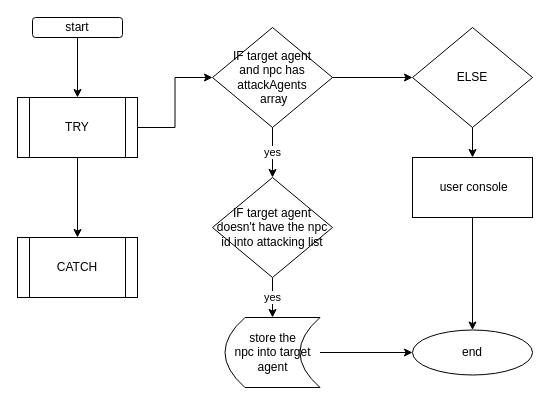
sivagit/diagrams keeps this draw.io diagram as vehicle/addAttackingAgentId.drawio. Above is the earlier version. Source tidied: cells renumbered, new cells numbered last; positions are measured from the earlier drawing's top-left corner, leaving out a move shared by most shapes. Both pictures are drawn from the tidied source at 100%, with x=0, y=0 at pixel (17, 17).
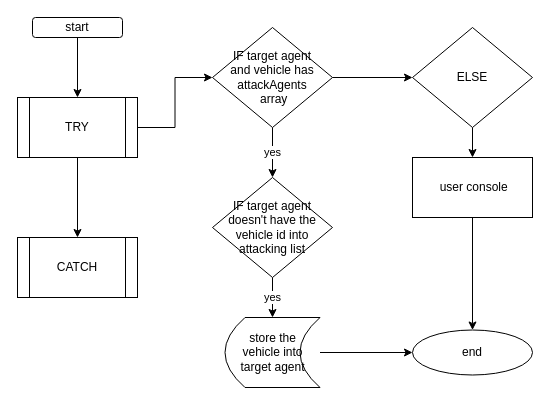
The same page after the edit.

Diff of the diagram source:
```diff
@@
 <mxGraphModel>
   <root>
     <mxCell id="0" />
     <mxCell id="1" parent="0" />
     <mxCell id="2" style="edgeStyle=orthogonalEdgeStyle;rounded=0;jettySize=auto;html=1;" parent="1" edge="1" source="3" target="6">
       <mxGeometry relative="1" as="geometry" />
     </mxCell>
     <mxCell id="3" value="start" style="rounded=1;whiteSpace=wrap;html=1;" parent="1" vertex="1">
       <mxGeometry x="15" width="90" height="20" as="geometry" />
     </mxCell>
     <mxCell id="4" style="edgeStyle=orthogonalEdgeStyle;rounded=0;jettySize=auto;html=1;" parent="1" edge="1" source="6" target="7">
       <mxGeometry relative="1" as="geometry" />
     </mxCell>
     <mxCell id="5" style="edgeStyle=orthogonalEdgeStyle;rounded=0;jettySize=auto;html=1;" parent="1" edge="1" source="6" target="10">
       <mxGeometry relative="1" as="geometry" />
     </mxCell>
     <mxCell id="6" value="TRY" style="shape=process;whiteSpace=wrap;html=1;backgroundOutline=1;" parent="1" vertex="1">
       <mxGeometry y="80" width="120" height="60" as="geometry" />
     </mxCell>
     <mxCell id="7" value="CATCH" style="shape=process;whiteSpace=wrap;html=1;backgroundOutline=1;" parent="1" vertex="1">
       <mxGeometry y="220" width="120" height="60" as="geometry" />
     </mxCell>
     <mxCell id="8" value="yes" style="edgeStyle=orthogonalEdgeStyle;rounded=0;jettySize=auto;html=1;" parent="1" edge="1" source="10" target="12">
       <mxGeometry relative="1" as="geometry" />
     </mxCell>
     <mxCell id="9" style="edgeStyle=orthogonalEdgeStyle;rounded=0;jettySize=auto;html=1;" parent="1" edge="1" source="10" target="16">
       <mxGeometry relative="1" as="geometry" />
     </mxCell>
-    <mxCell id="10" value="IF target agent &lt;br&gt;and npc has attackAgents&lt;br&gt;&amp;nbsp;array" style="rhombus;whiteSpace=wrap;html=1;" parent="1" vertex="1">
+    <mxCell id="10" value="IF target agent &lt;br&gt;and vehicle has attackAgents&lt;br&gt;&amp;nbsp;array" style="rhombus;whiteSpace=wrap;html=1;" parent="1" vertex="1">
       <mxGeometry x="195" y="10" width="120" height="100" as="geometry" />
     </mxCell>
     <mxCell id="11" value="yes" style="edgeStyle=orthogonalEdgeStyle;rounded=0;jettySize=auto;html=1;" parent="1" edge="1" source="12" target="14">
       <mxGeometry relative="1" as="geometry" />
     </mxCell>
-    <mxCell id="12" value="IF target agent doesn't have the npc id into attacking list" style="rhombus;whiteSpace=wrap;html=1;" parent="1" vertex="1">
+    <mxCell id="12" value="IF target agent doesn't have the vehicle id into attacking list" style="rhombus;whiteSpace=wrap;html=1;" parent="1" vertex="1">
       <mxGeometry x="195" y="160" width="120" height="100" as="geometry" />
     </mxCell>
     <mxCell id="13" style="edgeStyle=orthogonalEdgeStyle;rounded=0;jettySize=auto;html=1;" parent="1" edge="1" source="14" target="19">
       <mxGeometry relative="1" as="geometry" />
     </mxCell>
-    <mxCell id="14" value="store the &lt;br&gt;npc into target agent" style="shape=dataStorage;whiteSpace=wrap;html=1;fixedSize=1;" parent="1" vertex="1">
+    <mxCell id="14" value="store the &lt;br&gt;vehicle into target agent" style="shape=dataStorage;whiteSpace=wrap;html=1;fixedSize=1;" parent="1" vertex="1">
       <mxGeometry x="207.5" y="300" width="95" height="70" as="geometry" />
     </mxCell>
     <mxCell id="15" style="edgeStyle=orthogonalEdgeStyle;rounded=0;jettySize=auto;html=1;" parent="1" edge="1" source="16" target="18">
       <mxGeometry relative="1" as="geometry" />
     </mxCell>
     <mxCell id="16" value="ELSE" style="rhombus;whiteSpace=wrap;html=1;" parent="1" vertex="1">
       <mxGeometry x="395" y="10" width="120" height="100" as="geometry" />
     </mxCell>
     <mxCell id="17" style="edgeStyle=orthogonalEdgeStyle;rounded=0;jettySize=auto;html=1;" parent="1" edge="1" source="18" target="19">
       <mxGeometry relative="1" as="geometry" />
     </mxCell>
     <mxCell id="18" value="&lt;span style=&quot;white-space: pre&quot;&gt; &lt;/span&gt;user console" style="rounded=0;whiteSpace=wrap;html=1;" parent="1" vertex="1">
       <mxGeometry x="395" y="140" width="120" height="60" as="geometry" />
     </mxCell>
     <mxCell id="19" value="end" style="ellipse;whiteSpace=wrap;html=1;" parent="1" vertex="1">
       <mxGeometry x="395" y="312.5" width="120" height="45" as="geometry" />
     </mxCell>
   </root>
 </mxGraphModel>
```
